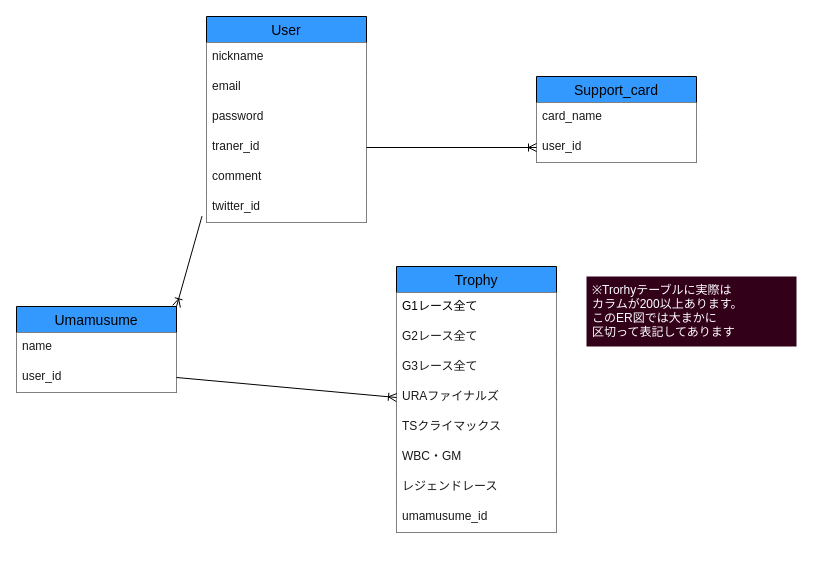
Above: ER図.dio in kenkenkaiden/umamusume_crown_complete_support (draw.io), before the change. Source tidied: cells renumbered, new cells numbered last; positions are measured from the earlier drawing's top-left corner, leaving out a move shared by most shapes. Both pictures are drawn from the tidied source at 100%, with x=0, y=0 at pixel (16, 16).
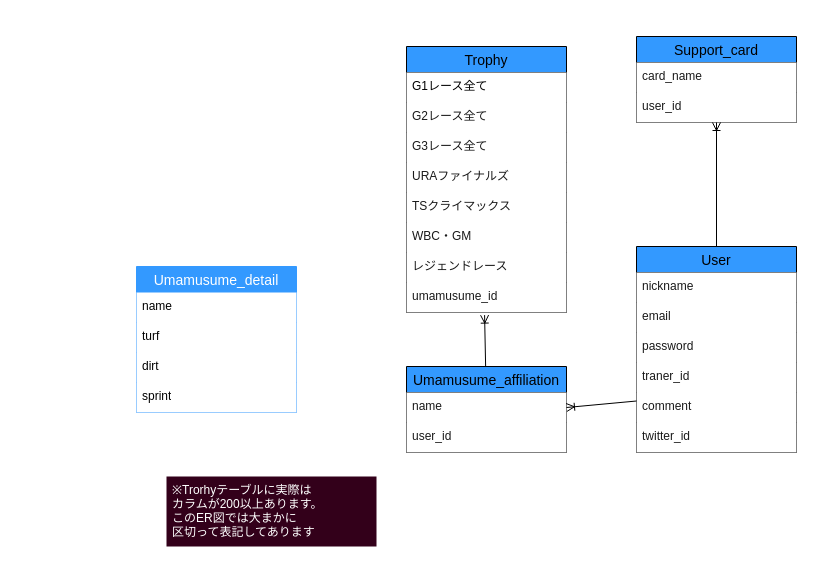
Above is the later version.

Commit message (it also covers changes not shown here):
エンティティ洗い出しなおし

Unchanged cells that the change refers to:
```xml
<mxCell id="6" value="traner_id" style="text;strokeColor=none;fillColor=#FFFFFF;spacingLeft=4;spacingRight=4;overflow=hidden;points=[[0,0.5],[1,0.5]];portConstraint=eastwest;fontSize=12;fontColor=#1A1A1A;" parent="2" vertex="1">
  <mxGeometry y="116" width="160" height="30" as="geometry" />
</mxCell>
<mxCell id="8" value="twitter_id" style="text;strokeColor=none;fillColor=#FFFFFF;spacingLeft=4;spacingRight=4;overflow=hidden;points=[[0,0.5],[1,0.5]];portConstraint=eastwest;fontSize=12;fontColor=#1A1A1A;" parent="2" vertex="1">
  <mxGeometry y="176" width="160" height="30" as="geometry" />
</mxCell>
<mxCell id="10" value="name" style="text;strokeColor=none;fillColor=#FFFFFF;spacingLeft=4;spacingRight=4;overflow=hidden;points=[[0,0.5],[1,0.5]];portConstraint=eastwest;fontSize=12;fontColor=#1A1A1A;" parent="9" vertex="1">
  <mxGeometry y="26" width="160" height="30" as="geometry" />
</mxCell>
<mxCell id="11" value="user_id" style="text;strokeColor=none;fillColor=#FFFFFF;spacingLeft=4;spacingRight=4;overflow=hidden;points=[[0,0.5],[1,0.5]];portConstraint=eastwest;fontSize=12;fontColor=#1A1A1A;" parent="9" vertex="1">
  <mxGeometry y="56" width="160" height="30" as="geometry" />
</mxCell>
<mxCell id="14" value="user_id" style="text;strokeColor=none;fillColor=#FFFFFF;spacingLeft=4;spacingRight=4;overflow=hidden;points=[[0,0.5],[1,0.5]];portConstraint=eastwest;fontSize=12;fontColor=#1A1A1A;" parent="12" vertex="1">
  <mxGeometry y="56" width="160" height="30" as="geometry" />
</mxCell>
<mxCell id="19" value="URAファイナルズ" style="text;strokeColor=none;fillColor=#FFFFFF;spacingLeft=4;spacingRight=4;overflow=hidden;points=[[0,0.5],[1,0.5]];portConstraint=eastwest;fontSize=12;fontColor=#1A1A1A;" parent="15" vertex="1">
  <mxGeometry y="116" width="160" height="30" as="geometry" />
</mxCell>
<mxCell id="23" value="umamusume_id" style="text;strokeColor=none;fillColor=#FFFFFF;spacingLeft=4;spacingRight=4;overflow=hidden;points=[[0,0.5],[1,0.5]];portConstraint=eastwest;fontSize=12;fontColor=#1A1A1A;" parent="15" vertex="1">
  <mxGeometry y="236" width="160" height="30" as="geometry" />
</mxCell>
```

What changed in the source:
```diff
@@
     <mxCell id="2" value="User" style="swimlane;fontStyle=0;horizontal=1;startSize=26;align=center;fontSize=14;fillColor=#3399FF;" parent="1" vertex="1">
-      <mxGeometry x="190" width="160" height="206" as="geometry" />
+      <mxGeometry x="620" y="230" width="160" height="206" as="geometry" />
     </mxCell>
@@
-    <mxCell id="9" value="Umamusume" style="swimlane;fontStyle=0;horizontal=1;startSize=26;align=center;fontSize=14;fillColor=#3399FF;" parent="1" vertex="1">
-      <mxGeometry y="290" width="160" height="86" as="geometry" />
+    <mxCell id="9" value="Umamusume_affiliation" style="swimlane;fontStyle=0;horizontal=1;startSize=26;align=center;fontSize=14;fillColor=#3399FF;" parent="1" vertex="1">
+      <mxGeometry x="390" y="350" width="160" height="86" as="geometry" />
     </mxCell>
@@
     <mxCell id="12" value="Support_card" style="swimlane;fontStyle=0;horizontal=1;startSize=26;align=center;fontSize=14;fillColor=#3399FF;" parent="1" vertex="1">
-      <mxGeometry x="520" y="60" width="160" height="86" as="geometry" />
+      <mxGeometry x="620" y="20" width="160" height="86" as="geometry" />
     </mxCell>
@@
     <mxCell id="15" value="Trophy" style="swimlane;fontStyle=0;horizontal=1;startSize=26;align=center;fontSize=14;fillColor=#3399FF;" parent="1" vertex="1">
-      <mxGeometry x="380" y="250" width="160" height="266" as="geometry" />
+      <mxGeometry x="390" y="30" width="160" height="266" as="geometry" />
     </mxCell>
@@
     <mxCell id="24" value="※Trorhyテーブルに実際は&#10;カラムが200以上あります。&#10;このER図では大まかに&#10;区切って表記してあります" style="text;strokeColor=none;fillColor=#33001A;spacingLeft=4;spacingRight=4;overflow=hidden;fontSize=12;fontColor=#FFFFFF;" parent="1" vertex="1">
-      <mxGeometry x="570" y="260" width="210" height="70" as="geometry" />
+      <mxGeometry x="150" y="460" width="210" height="70" as="geometry" />
     </mxCell>
-    <mxCell id="25" style="edgeStyle=none;html=1;exitX=-0.028;exitY=0.787;exitDx=0;exitDy=0;entryX=1;entryY=0;entryDx=0;entryDy=0;endArrow=ERoneToMany;endFill=0;exitPerimeter=0;" parent="1" edge="1" source="8" target="9">
+    <mxCell id="25" style="edgeStyle=none;html=1;exitX=0;exitY=0.75;exitDx=0;exitDy=0;entryX=1;entryY=0.5;entryDx=0;entryDy=0;endArrow=ERoneToMany;endFill=0;" parent="1" edge="1" source="2" target="10">
       <mxGeometry relative="1" as="geometry" />
     </mxCell>
-    <mxCell id="26" style="edgeStyle=none;html=1;exitX=1;exitY=0.5;exitDx=0;exitDy=0;entryX=0;entryY=0.5;entryDx=0;entryDy=0;endArrow=ERoneToMany;endFill=0;" parent="1" edge="1" source="11" target="19">
+    <mxCell id="26" style="edgeStyle=none;html=1;endArrow=ERoneToMany;endFill=0;entryX=0.488;entryY=1.087;entryDx=0;entryDy=0;entryPerimeter=0;" parent="1" edge="1" source="9" target="23">
       <mxGeometry relative="1" as="geometry" />
     </mxCell>
-    <mxCell id="27" style="edgeStyle=none;html=1;exitX=1;exitY=0.5;exitDx=0;exitDy=0;entryX=0;entryY=0.5;entryDx=0;entryDy=0;endArrow=ERoneToMany;endFill=0;" parent="1" edge="1" source="6" target="14">
+    <mxCell id="27" style="edgeStyle=none;html=1;entryX=0.5;entryY=1;entryDx=0;entryDy=0;endArrow=ERoneToMany;endFill=0;" parent="1" edge="1" source="2" target="12">
       <mxGeometry relative="1" as="geometry" />
     </mxCell>
+    <mxCell id="28" value="Umamusume_detail" style="swimlane;fontStyle=0;horizontal=1;startSize=26;align=center;fontSize=14;strokeColor=#3399FF;fontColor=#FFFFFF;fillColor=#3399FF;" parent="1" vertex="1">
+      <mxGeometry x="120" y="250" width="160" height="146" as="geometry" />
+    </mxCell>
+    <mxCell id="29" value="name" style="text;strokeColor=none;fillColor=#FFFFFF;spacingLeft=4;spacingRight=4;overflow=hidden;fontSize=12;fontColor=#000000;" parent="28" vertex="1">
+      <mxGeometry y="26" width="160" height="30" as="geometry" />
+    </mxCell>
+    <mxCell id="30" value="turf" style="text;strokeColor=none;fillColor=#FFFFFF;spacingLeft=4;spacingRight=4;overflow=hidden;fontSize=12;fontColor=#000000;" parent="28" vertex="1">
+      <mxGeometry y="56" width="160" height="30" as="geometry" />
+    </mxCell>
+    <mxCell id="31" value="dirt" style="text;strokeColor=none;fillColor=#FFFFFF;spacingLeft=4;spacingRight=4;overflow=hidden;fontSize=12;fontColor=#000000;" parent="28" vertex="1">
+      <mxGeometry y="86" width="160" height="30" as="geometry" />
+    </mxCell>
+    <mxCell id="32" value="sprint" style="text;strokeColor=none;fillColor=#FFFFFF;spacingLeft=4;spacingRight=4;overflow=hidden;fontSize=12;fontColor=#000000;labelBackgroundColor=none;whiteSpace=wrap;" parent="28" vertex="1">
+      <mxGeometry y="116" width="160" height="30" as="geometry" />
+    </mxCell>
```
